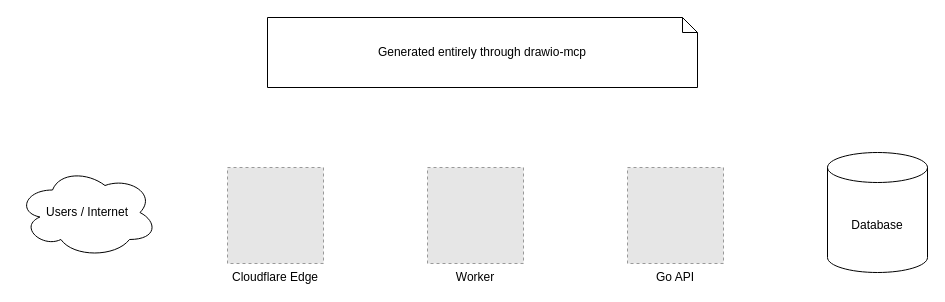
Earlier version of the draw.io diagram examples/generated-architecture.drawio (snowmerak/drawio-mcp). Source tidied: cells renumbered, new cells numbered last; positions are measured from the earlier drawing's top-left corner, leaving out a move shared by most shapes. Both pictures are drawn from the tidied source at 100%, with x=0, y=0 at pixel (17, 17). Pictures stored in the file or linked from it are replaced by grey dashed boxes.
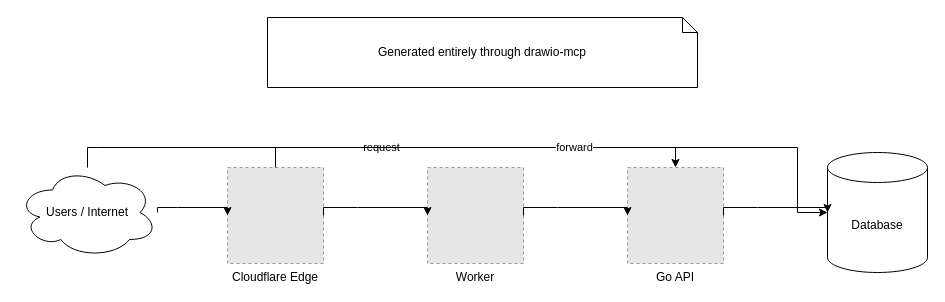
The same diagram, later.

The change refers to these unchanged cells:
```xml
<mxCell id="3" value="Users / Internet" style="ellipse;shape=cloud;whiteSpace=wrap;html=1;" parent="1" vertex="1">
  <mxGeometry y="150" width="140" height="90" as="geometry" />
</mxCell>
<mxCell id="4" value="Cloudflare Edge" style="fillColor=#E6E6E6;strokeColor=#999999;dashed=1;verticalLabelPosition=bottom;verticalAlign=top;" parent="1" vertex="1">
  <mxGeometry x="210" y="150" width="96" height="96" as="geometry" />
</mxCell>
<mxCell id="5" value="Worker" style="fillColor=#E6E6E6;strokeColor=#999999;dashed=1;verticalLabelPosition=bottom;verticalAlign=top;" parent="1" vertex="1">
  <mxGeometry x="410" y="150" width="96" height="96" as="geometry" />
</mxCell>
<mxCell id="6" value="Go API" style="fillColor=#E6E6E6;strokeColor=#999999;dashed=1;verticalLabelPosition=bottom;verticalAlign=top;" parent="1" vertex="1">
  <mxGeometry x="610" y="150" width="96" height="96" as="geometry" />
</mxCell>
<mxCell id="7" value="Database" style="shape=cylinder3;whiteSpace=wrap;html=1;boundedLbl=1;backgroundOutline=1;size=15;" parent="1" vertex="1">
  <mxGeometry x="810" y="135" width="100" height="120" as="geometry" />
</mxCell>
```

What changed in the source:
```diff
@@
+    <mxCell id="8" style="edgeStyle=orthogonalEdgeStyle;rounded=0;jettySize=auto;html=1;exitX=1;exitY=0.5;exitDx=0;exitDy=0;entryX=0;entryY=0.5;entryDx=0;entryDy=0;" parent="1" edge="1" source="3" target="4">
+      <mxGeometry relative="1" as="geometry">
+        <Array as="points">
+          <mxPoint x="160" y="190" />
+          <mxPoint x="180" y="190" />
+        </Array>
+      </mxGeometry>
+    </mxCell>
+    <mxCell id="9" style="edgeStyle=orthogonalEdgeStyle;rounded=0;jettySize=auto;html=1;exitX=1;exitY=0.5;exitDx=0;exitDy=0;entryX=0;entryY=0.5;entryDx=0;entryDy=0;" parent="1" edge="1" source="4" target="5">
+      <mxGeometry relative="1" as="geometry">
+        <Array as="points">
+          <mxPoint x="340" y="190" />
+          <mxPoint x="380" y="190" />
+        </Array>
+      </mxGeometry>
+    </mxCell>
+    <mxCell id="10" style="edgeStyle=orthogonalEdgeStyle;rounded=0;jettySize=auto;html=1;exitX=1;exitY=0.5;exitDx=0;exitDy=0;entryX=0;entryY=0.5;entryDx=0;entryDy=0;" parent="1" edge="1" source="5" target="6">
+      <mxGeometry relative="1" as="geometry">
+        <Array as="points">
+          <mxPoint x="540" y="190" />
+          <mxPoint x="580" y="190" />
+        </Array>
+      </mxGeometry>
+    </mxCell>
+    <mxCell id="11" style="edgeStyle=orthogonalEdgeStyle;rounded=0;jettySize=auto;html=1;exitX=1;exitY=0.5;exitDx=0;exitDy=0;entryX=0;entryY=0.5;entryDx=0;entryDy=0;" parent="1" edge="1" source="6" target="7">
+      <mxGeometry relative="1" as="geometry">
+        <Array as="points">
+          <mxPoint x="740" y="190" />
+          <mxPoint x="780" y="190" />
+        </Array>
+      </mxGeometry>
+    </mxCell>
+    <mxCell id="12" value="request" style="edgeStyle=orthogonalEdgeStyle;rounded=0;jettySize=auto;html=1;exitX=0.5;exitY=0;exitDx=0;exitDy=0;entryX=0.5;entryY=0;entryDx=0;entryDy=0;" parent="1" edge="1" source="3" target="6">
+      <mxGeometry relative="1" as="geometry">
+        <Array as="points">
+          <mxPoint x="80" y="130" />
+          <mxPoint x="660" y="130" />
+        </Array>
+      </mxGeometry>
+    </mxCell>
+    <mxCell id="13" value="forward" style="edgeStyle=orthogonalEdgeStyle;rounded=0;jettySize=auto;html=1;exitX=0.5;exitY=0;exitDx=0;exitDy=0;entryX=0;entryY=0.5;entryDx=0;entryDy=0;" parent="1" edge="1" source="4" target="7">
+      <mxGeometry relative="1" as="geometry">
+        <Array as="points">
+          <mxPoint x="260" y="130" />
+          <mxPoint x="780" y="130" />
+          <mxPoint x="780" y="190" />
+        </Array>
+      </mxGeometry>
+    </mxCell>
```
